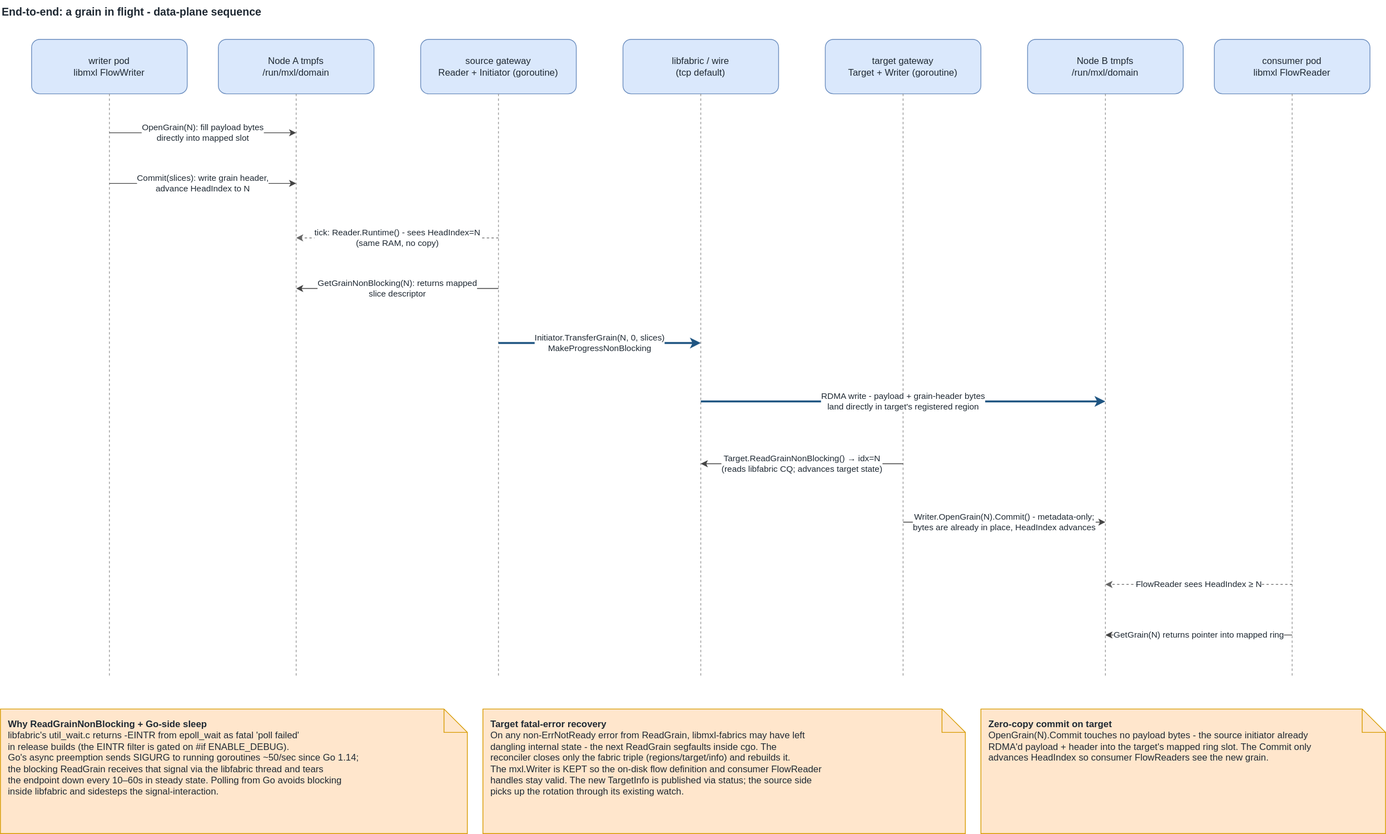
qvest-digital/mxl-k8s keeps this draw.io diagram as docs/architecture/diagrams/03-data-plane-sequence.drawio.svg. Above is the earlier version. Source tidied: cells renumbered, new cells last; positions are measured from the earlier drawing's top-left corner, leaving out a move shared by most shapes.
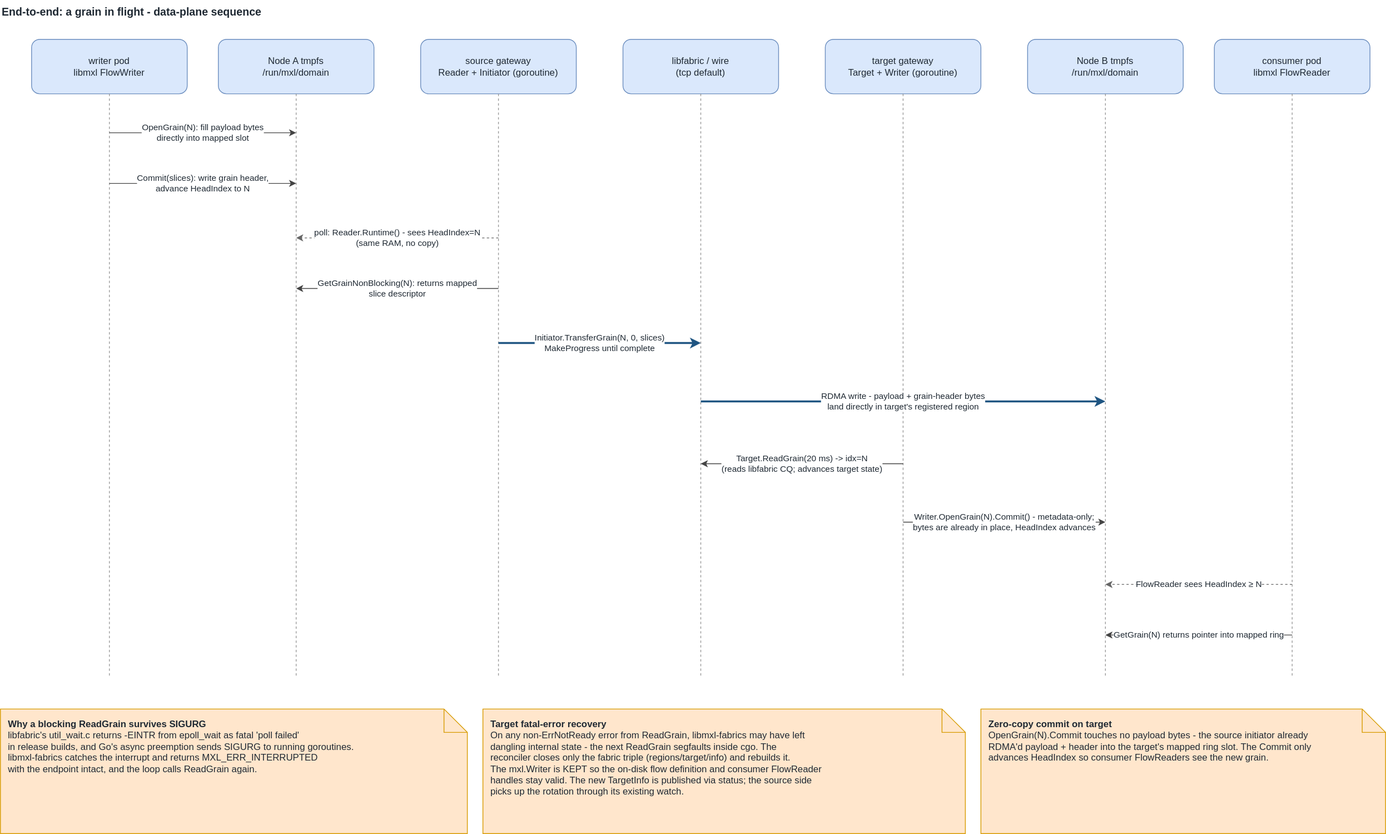
Later version of the same file.

Diff of the diagram source:
```diff
@@ -80,7 +80,7 @@
         <mxPoint x="380" y="235" as="targetPoint" />
       </mxGeometry>
     </mxCell>
-    <mxCell id="19" value="tick: Reader.Runtime() - sees HeadIndex=N&#10;(same RAM, no copy)" style="html=1;endArrow=classic;endSize=6;startSize=6;strokeColor=#666666;dashed=1;labelBackgroundColor=#ffffff;fontColor=#1f2933;" parent="1" edge="1">
+    <mxCell id="19" value="poll: Reader.Runtime() - sees HeadIndex=N&#10;(same RAM, no copy)" style="html=1;endArrow=classic;endSize=6;startSize=6;strokeColor=#666666;dashed=1;labelBackgroundColor=#ffffff;fontColor=#1f2933;" parent="1" edge="1">
       <mxGeometry relative="1" as="geometry">
         <mxPoint x="640" y="305" as="sourcePoint" />
         <mxPoint x="380" y="305" as="targetPoint" />
@@ -92,7 +92,7 @@
         <mxPoint x="380" y="370" as="targetPoint" />
       </mxGeometry>
     </mxCell>
-    <mxCell id="21" value="Initiator.TransferGrain(N, 0, slices)&#10;MakeProgressNonBlocking" style="html=1;endArrow=classic;endSize=6;startSize=6;strokeColor=#1f5582;strokeWidth=2.5;labelBackgroundColor=#ffffff;fontColor=#1f2933;" parent="1" edge="1">
+    <mxCell id="21" value="Initiator.TransferGrain(N, 0, slices)&#10;MakeProgress until complete" style="html=1;endArrow=classic;endSize=6;startSize=6;strokeColor=#1f5582;strokeWidth=2.5;labelBackgroundColor=#ffffff;fontColor=#1f2933;" parent="1" edge="1">
       <mxGeometry relative="1" as="geometry">
         <mxPoint x="640" y="440" as="sourcePoint" />
         <mxPoint x="900" y="440" as="targetPoint" />
@@ -104,7 +104,7 @@
         <mxPoint x="1420" y="515" as="targetPoint" />
       </mxGeometry>
     </mxCell>
-    <mxCell id="23" value="Target.ReadGrainNonBlocking() → idx=N&#10;(reads libfabric CQ; advances target state)" style="html=1;endArrow=classic;endSize=6;startSize=6;strokeColor=#444444;labelBackgroundColor=#ffffff;fontColor=#1f2933;" parent="1" edge="1">
+    <mxCell id="23" value="Target.ReadGrain(20 ms) -&gt; idx=N&#10;(reads libfabric CQ; advances target state)" style="html=1;endArrow=classic;endSize=6;startSize=6;strokeColor=#444444;labelBackgroundColor=#ffffff;fontColor=#1f2933;" parent="1" edge="1">
       <mxGeometry relative="1" as="geometry">
         <mxPoint x="1160" y="595" as="sourcePoint" />
         <mxPoint x="900" y="595" as="targetPoint" />
@@ -128,7 +128,7 @@
         <mxPoint x="1420" y="815" as="targetPoint" />
       </mxGeometry>
     </mxCell>
-    <mxCell id="27" value="&lt;b&gt;Why ReadGrainNonBlocking + Go-side sleep&lt;/b&gt;&lt;br&gt;libfabric's util_wait.c returns -EINTR from epoll_wait as fatal 'poll failed'&lt;br&gt;in release builds (the EINTR filter is gated on #if ENABLE_DEBUG).&lt;br&gt;Go's async preemption sends SIGURG to running goroutines ~50/sec since Go 1.14;&lt;br&gt;the blocking ReadGrain receives that signal via the libfabric thread and tears&lt;br&gt;the endpoint down every 10–60s in steady state. Polling from Go avoids blocking&lt;br&gt;inside libfabric and sidesteps the signal-interaction." style="shape=note;whiteSpace=wrap;html=1;fillColor=#ffe6cc;strokeColor=#d79b00;align=left;verticalAlign=top;spacingLeft=8;spacingTop=6;fontColor=#1f2933;" parent="1" vertex="1">
+    <mxCell id="27" value="&lt;b&gt;Why a blocking ReadGrain survives SIGURG&lt;/b&gt;&lt;br&gt;libfabric's util_wait.c returns -EINTR from epoll_wait as fatal 'poll failed'&lt;br&gt;in release builds, and Go's async preemption sends SIGURG to running goroutines.&lt;br&gt;libmxl-fabrics catches the interrupt and returns MXL_ERR_INTERRUPTED&lt;br&gt;with the endpoint intact, and the loop calls ReadGrain again." style="shape=note;whiteSpace=wrap;html=1;fillColor=#ffe6cc;strokeColor=#d79b00;align=left;verticalAlign=top;spacingLeft=8;spacingTop=6;fontColor=#1f2933;" parent="1" vertex="1">
       <mxGeometry y="910" width="600" height="160" as="geometry" />
     </mxCell>
     <mxCell id="28" value="&lt;b&gt;Target fatal-error recovery&lt;/b&gt;&lt;br&gt;On any non-ErrNotReady error from ReadGrain, libmxl-fabrics may have left&lt;br&gt;dangling internal state - the next ReadGrain segfaults inside cgo. The&lt;br&gt;reconciler closes only the fabric triple (regions/target/info) and rebuilds it.&lt;br&gt;The mxl.Writer is KEPT so the on-disk flow definition and consumer FlowReader&lt;br&gt;handles stay valid. The new TargetInfo is published via status; the source side&lt;br&gt;picks up the rotation through its existing watch." style="shape=note;whiteSpace=wrap;html=1;fillColor=#ffe6cc;strokeColor=#d79b00;align=left;verticalAlign=top;spacingLeft=8;spacingTop=6;fontColor=#1f2933;" parent="1" vertex="1">
```
